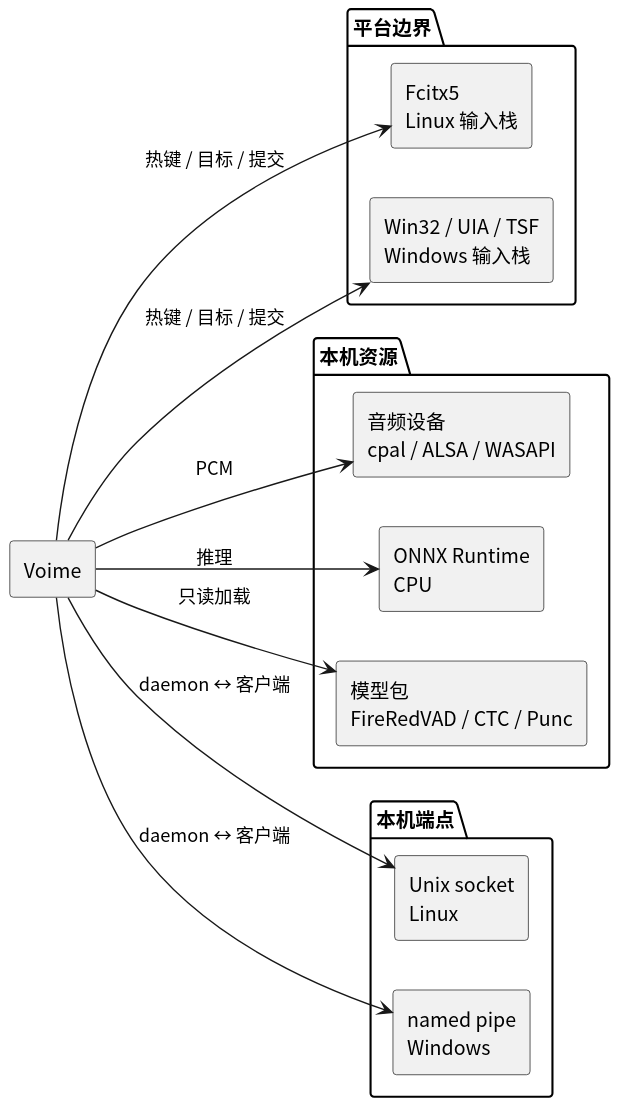
The PlantUML diagram diagram/provider-map.svg in 54m43lJ/voime, before a commit. Its diagram source:
```plantuml
@startuml
skinparam defaultFontName "Noto Sans CJK SC"
skinparam shadowing false
skinparam componentStyle rectangle
left to right direction

component "Voime" as Voime

package "平台边界" {
  component "Fcitx5\nLinux 输入栈" as Fcitx
  component "Win32 / UIA / TSF\nWindows 输入栈" as Win
}

package "本机资源" {
  component "音频设备\ncpal / ALSA / WASAPI" as Audio
  component "ONNX Runtime\nCPU" as Ort
  component "模型包\nFireRedVAD / CTC / Punc" as Models
}

package "本机端点" {
  component "Unix socket\nLinux" as Unix
  component "named pipe\nWindows" as Pipe
}

Voime --> Fcitx : 热键 / 目标 / 提交
Voime --> Win : 热键 / 目标 / 提交
Voime --> Audio : PCM
Voime --> Ort : 推理
Voime --> Models : 只读加载
Voime --> Unix : daemon ↔ 客户端
Voime --> Pipe : daemon ↔ 客户端
@enduml
```
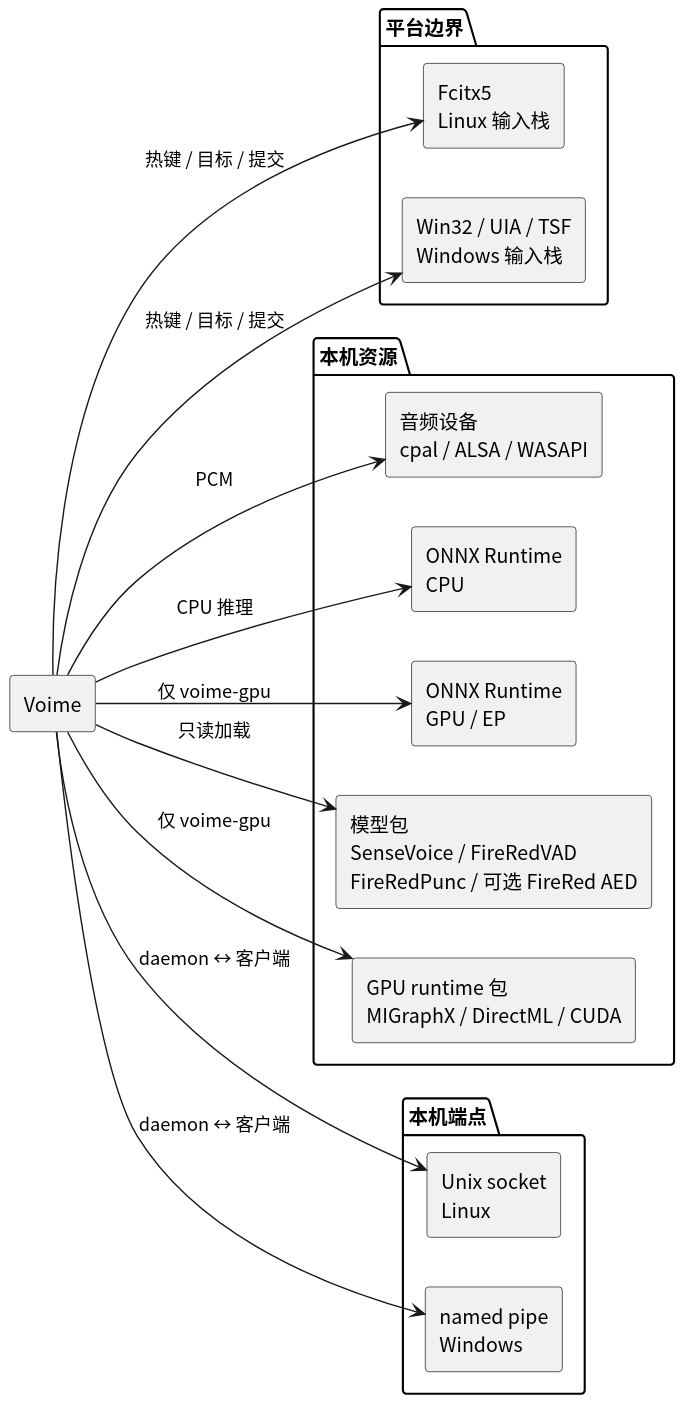
After the commit.

The edit, as a diff of the source:
```diff
@@ -13,8 +13,10 @@
 
 package "本机资源" {
   component "音频设备\ncpal / ALSA / WASAPI" as Audio
-  component "ONNX Runtime\nCPU" as Ort
-  component "模型包\nFireRedVAD / CTC / Punc" as Models
+  component "ONNX Runtime\nCPU" as OrtCpu
+  component "ONNX Runtime\nGPU / EP" as OrtGpu
+  component "模型包\nSenseVoice / FireRedVAD\nFireRedPunc / 可选 FireRed AED" as Models
+  component "GPU runtime 包\nMIGraphX / DirectML / CUDA" as Runtime
 }
 
 package "本机端点" {
@@ -25,8 +27,10 @@
 Voime --> Fcitx : 热键 / 目标 / 提交
 Voime --> Win : 热键 / 目标 / 提交
 Voime --> Audio : PCM
-Voime --> Ort : 推理
+Voime --> OrtCpu : CPU 推理
 Voime --> Models : 只读加载
 Voime --> Unix : daemon ↔ 客户端
 Voime --> Pipe : daemon ↔ 客户端
+Voime --> OrtGpu : 仅 voime-gpu
+Voime --> Runtime : 仅 voime-gpu
 @enduml
```
